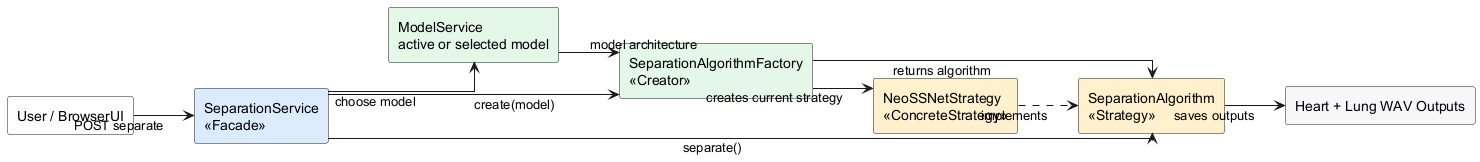
ASHRAF-2004/Machine-Learning-Based-System-for-Cardiopulmonary-Sound-Separation keeps this PlantUML diagram as docs/software_design_report/diagrams/img/overall_alt_flow_view.png. Above is the earlier version. Source of this version:
```plantuml
@startuml

left to right direction
skinparam shadowing false
skinparam linetype ortho

rectangle "User / BrowserUI" as User #FFFFFF
rectangle "SeparationService\n<<Facade>>" as Facade #DCEBFF
rectangle "ModelService\nactive or selected model" as Model #E4F7E7
rectangle "SeparationAlgorithmFactory\n<<Creator>>" as Factory #E4F7E7
rectangle "SeparationAlgorithm\n<<Strategy>>" as Strategy #FFF1CC
rectangle "NeoSSNetStrategy\n<<ConcreteStrategy>>" as NeoSSNet #FFF1CC
rectangle "Heart + Lung WAV Outputs" as Outputs #F6F7F9

User --> Facade : POST separate
Facade --> Model : choose model
Model --> Factory : model architecture
Facade --> Factory : create(model)
Factory --> Strategy : returns algorithm
Factory --> NeoSSNet : creates current strategy
NeoSSNet ..> Strategy : implements
Facade --> Strategy : separate()
Strategy --> Outputs : saves outputs

@enduml
```
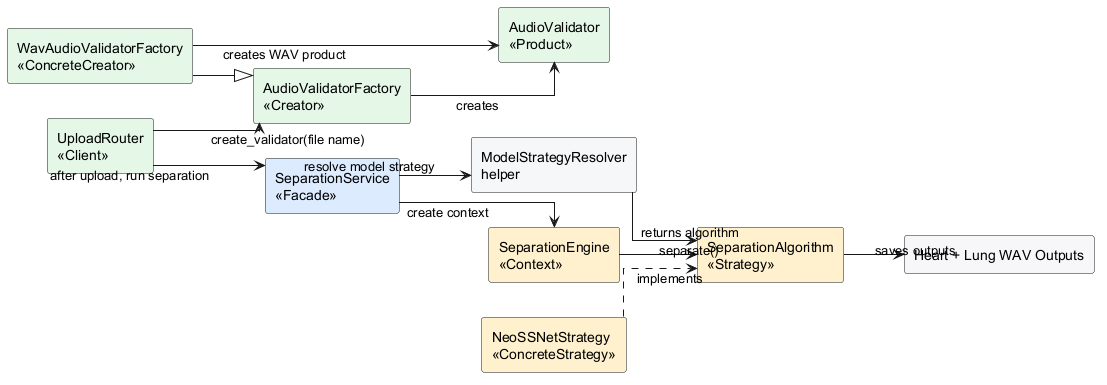
Later version of the same file.

Diff of the diagram source:
```diff
@@ -4,22 +4,27 @@
 skinparam shadowing false
 skinparam linetype ortho
 
-rectangle "User / BrowserUI" as User #FFFFFF
+rectangle "UploadRouter\n<<Client>>" as Upload #E4F7E7
+rectangle "AudioValidatorFactory\n<<Creator>>" as ValidatorFactory #E4F7E7
+rectangle "WavAudioValidatorFactory\n<<ConcreteCreator>>" as WavFactory #E4F7E7
+rectangle "AudioValidator\n<<Product>>" as Validator #E4F7E7
 rectangle "SeparationService\n<<Facade>>" as Facade #DCEBFF
-rectangle "ModelService\nactive or selected model" as Model #E4F7E7
-rectangle "SeparationAlgorithmFactory\n<<Creator>>" as Factory #E4F7E7
+rectangle "ModelStrategyResolver\nhelper" as Resolver #F4F6F8
+rectangle "SeparationEngine\n<<Context>>" as Engine #FFF1CC
 rectangle "SeparationAlgorithm\n<<Strategy>>" as Strategy #FFF1CC
 rectangle "NeoSSNetStrategy\n<<ConcreteStrategy>>" as NeoSSNet #FFF1CC
 rectangle "Heart + Lung WAV Outputs" as Outputs #F6F7F9
 
-User --> Facade : POST separate
-Facade --> Model : choose model
-Model --> Factory : model architecture
-Facade --> Factory : create(model)
-Factory --> Strategy : returns algorithm
-Factory --> NeoSSNet : creates current strategy
+Upload --> ValidatorFactory : create_validator(file name)
+WavFactory --|> ValidatorFactory
+ValidatorFactory --> Validator : creates
+WavFactory --> Validator : creates WAV product
+Upload --> Facade : after upload, run separation
+Facade --> Resolver : resolve model strategy
+Resolver --> Strategy : returns algorithm
+Facade --> Engine : create context
+Engine --> Strategy : separate()
 NeoSSNet ..> Strategy : implements
-Facade --> Strategy : separate()
 Strategy --> Outputs : saves outputs
 
 @enduml
```
